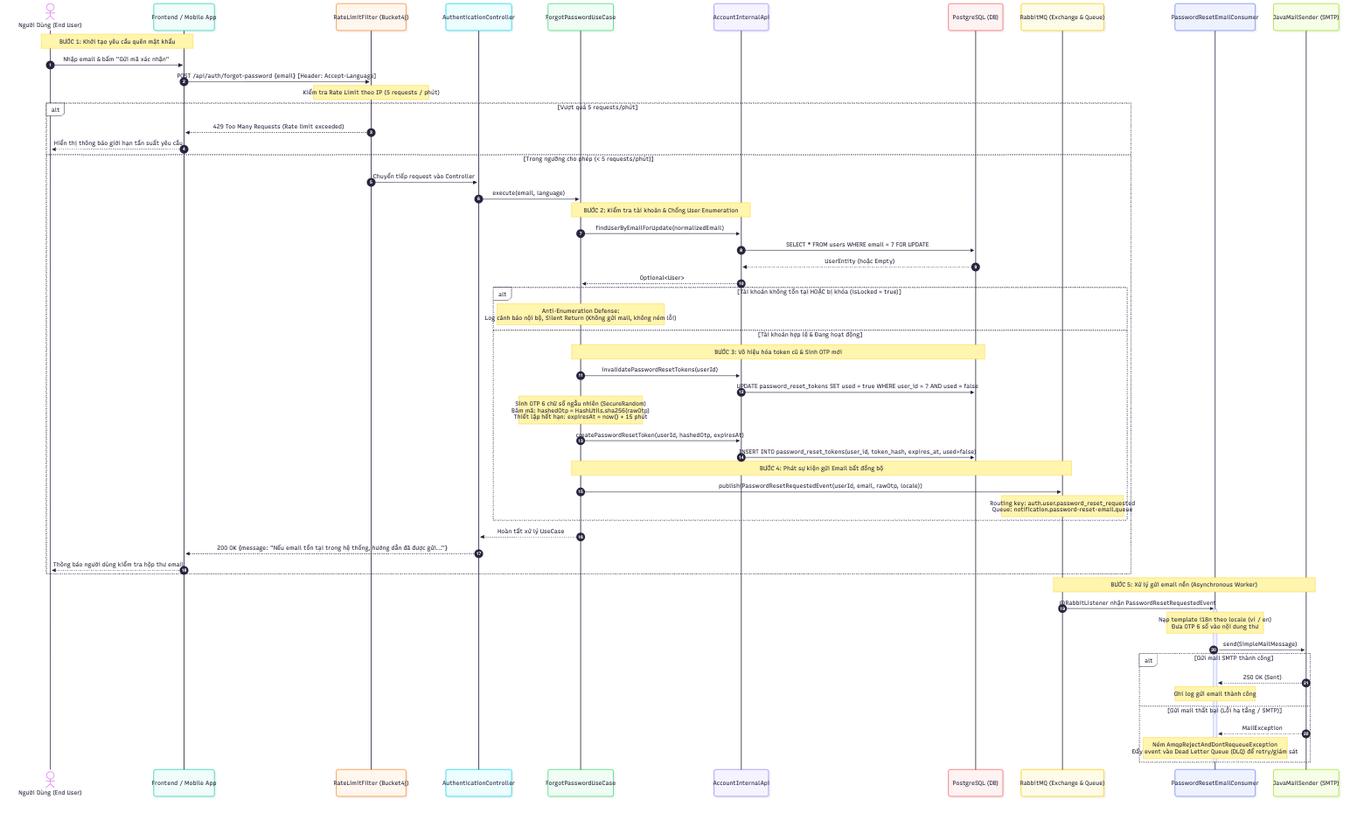
The Mermaid diagram docs/BE_WorkFlows/Auth/Auth_ForgotPassword_Flow.png in capkimkhanh2k5/PBL6_HTTT, before a commit. Its source is kept beside it as docs/BE_WorkFlows/Auth/Auth_ForgotPassword_Flow.mmd.
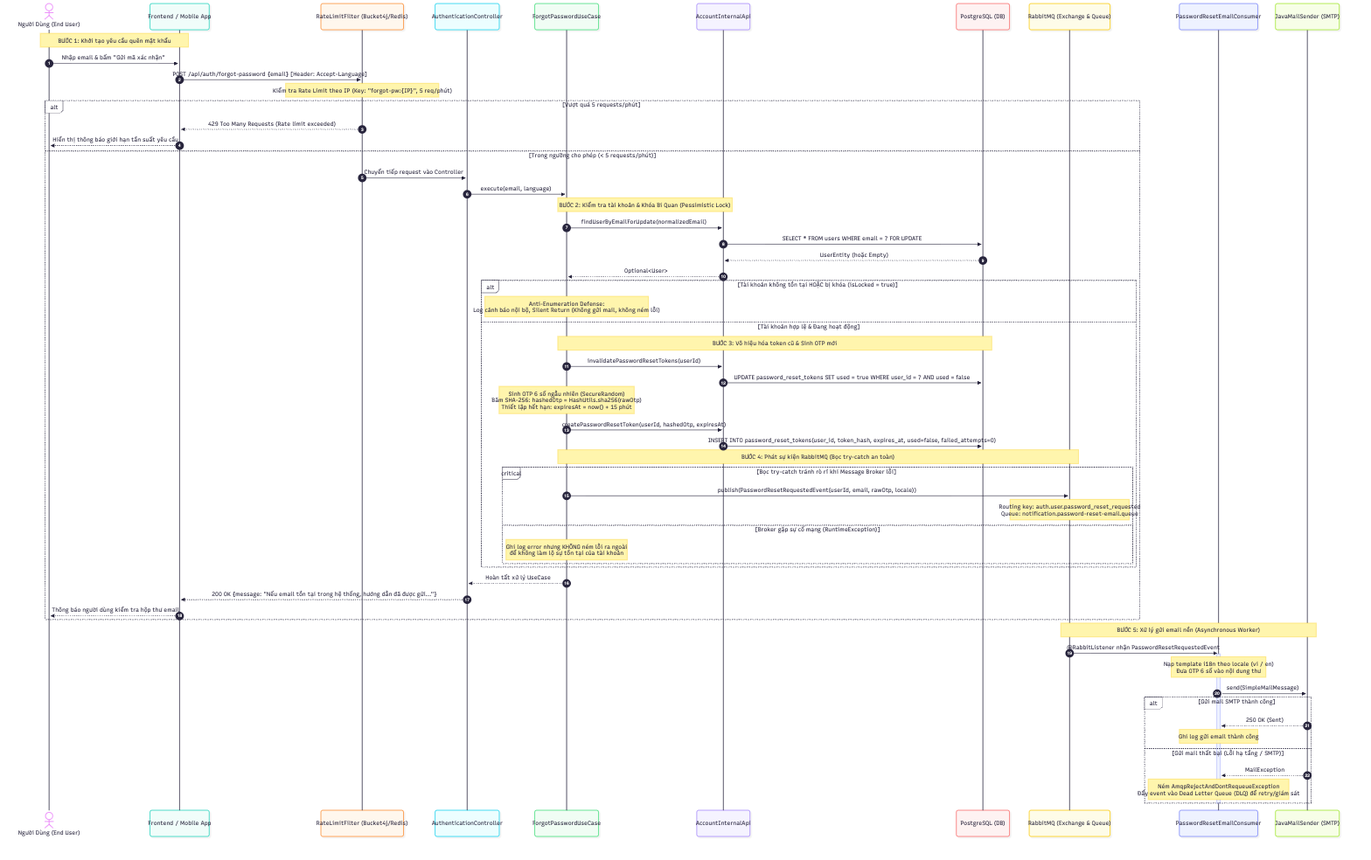
Later version of the same file.

Commit message:
docs(workflows): refine auth diagrams to match 100% finalized security implementation

What changed in the source:
```diff
@@ -2,7 +2,7 @@
     autonumber
     actor User as Người Dùng (End User)
     participant FE as Frontend / Mobile App
-    participant Filter as RateLimitFilter (Bucket4j)
+    participant Filter as RateLimitFilter (Bucket4j/Redis)
     participant Ctrl as AuthenticationController
     participant UC as ForgotPasswordUseCase
     participant AccApi as AccountInternalApi
@@ -15,7 +15,7 @@
     User->>FE: Nhập email & bấm "Gửi mã xác nhận"
     FE->>Filter: POST /api/auth/forgot-password {email} [Header: Accept-Language]
 
-    Note over Filter: Kiểm tra Rate Limit theo IP (5 requests / phút)
+    Note over Filter: Kiểm tra Rate Limit theo IP (Key: "forgot-pw:{IP}", 5 req/phút)
     alt Vượt quá 5 requests/phút
         Filter-->>FE: 429 Too Many Requests (Rate limit exceeded)
         FE-->>User: Hiển thị thông báo giới hạn tần suất yêu cầu
@@ -23,7 +23,7 @@
         Filter->>Ctrl: Chuyển tiếp request vào Controller
         Ctrl->>UC: execute(email, language)
 
-        Note over UC, AccApi: BƯỚC 2: Kiểm tra tài khoản & Chống User Enumeration
+        Note over UC, AccApi: BƯỚC 2: Kiểm tra tài khoản & Khóa Bi Quan (Pessimistic Lock)
         UC->>AccApi: findUserByEmailForUpdate(normalizedEmail)
         AccApi->>DB: SELECT * FROM users WHERE email = ? FOR UPDATE
         DB-->>AccApi: UserEntity (hoặc Empty)
@@ -36,13 +36,17 @@
             UC->>AccApi: invalidatePasswordResetTokens(userId)
             AccApi->>DB: UPDATE password_reset_tokens SET used = true WHERE user_id = ? AND used = false
 
-            Note over UC: Sinh OTP 6 chữ số ngẫu nhiên (SecureRandom)<br/>Băm mã: hashedOtp = HashUtils.sha256(rawOtp)<br/>Thiết lập hết hạn: expiresAt = now() + 15 phút
+            Note over UC: Sinh OTP 6 số ngẫu nhiên (SecureRandom)<br/>Băm SHA-256: hashedOtp = HashUtils.sha256(rawOtp)<br/>Thiết lập hết hạn: expiresAt = now() + 15 phút
             UC->>AccApi: createPasswordResetToken(userId, hashedOtp, expiresAt)
-            AccApi->>DB: INSERT INTO password_reset_tokens(user_id, token_hash, expires_at, used=false)
+            AccApi->>DB: INSERT INTO password_reset_tokens(user_id, token_hash, expires_at, used=false, failed_attempts=0)
 
-            Note over UC, Rabbit: BƯỚC 4: Phát sự kiện gửi Email bất đồng bộ
-            UC->>Rabbit: publish(PasswordResetRequestedEvent(userId, email, rawOtp, locale))
-            Note over Rabbit: Routing key: auth.user.password_reset_requested<br/>Queue: notification.password-reset-email.queue
+            Note over UC, Rabbit: BƯỚC 4: Phát sự kiện RabbitMQ (Bọc try-catch an toàn)
+            critical Bọc try-catch tránh rò rỉ khi Message Broker lỗi
+                UC->>Rabbit: publish(PasswordResetRequestedEvent(userId, email, rawOtp, locale))
+                Note over Rabbit: Routing key: auth.user.password_reset_requested<br/>Queue: notification.password-reset-email.queue
+            option Broker gặp sự cố mạng (RuntimeException)
+                Note over UC: Ghi log error nhưng KHÔNG ném lỗi ra ngoài<br/>để không làm lộ sự tồn tại của tài khoản
+            end
         end
 
         UC-->>Ctrl: Hoàn tất xử lý UseCase
```
